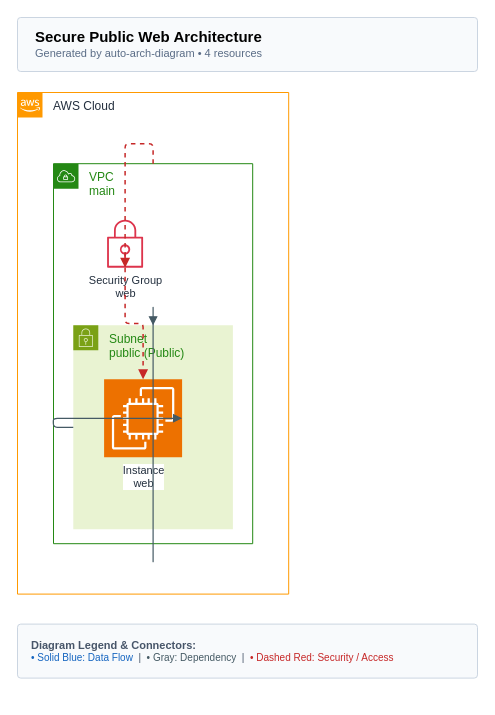
Earlier version of the draw.io diagram examples/terraform/aws-basic/architecture-diagram-ai.drawio (suryakumaran2611/auto-arch-diagram). Source tidied: cells renumbered, new cells numbered last; positions are measured from the earlier drawing's top-left corner, leaving out a move shared by most shapes. Both pictures are drawn from the tidied source at 100%, with x=0, y=0 at pixel (17, 17).
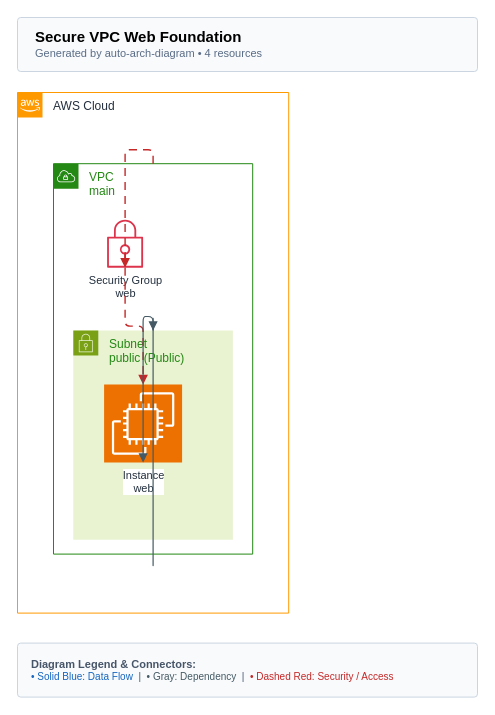
Above is the later version.

What changed in the source:
```diff
@@
 <mxGraphModel background="#FFFFFF">
   <root>
     <mxCell id="0" />
     <mxCell id="1" parent="0" />
-    <mxCell id="2" value="&lt;b style='font-size:15px;'&gt;Secure Public Web Architecture&lt;/b&gt;&lt;br/&gt;&lt;span style='font-size:11px;color:#5A6C86;'&gt;Generated by auto-arch-diagram &amp;bull; 4 resources&lt;/span&gt;" style="rounded=1;whiteSpace=wrap;html=1;arcSize=6;fillColor=#F8FAFC;strokeColor=#CBD5E1;strokeWidth=1;align=left;spacingLeft=16;verticalAlign=middle;" parent="1" vertex="1">
+    <mxCell id="2" value="&lt;b style='font-size:15px;'&gt;Secure VPC Web Foundation&lt;/b&gt;&lt;br/&gt;&lt;span style='font-size:11px;color:#5A6C86;'&gt;Generated by auto-arch-diagram &amp;bull; 4 resources&lt;/span&gt;" style="rounded=1;whiteSpace=wrap;html=1;arcSize=6;fillColor=#F8FAFC;strokeColor=#CBD5E1;strokeWidth=1;align=left;spacingLeft=16;verticalAlign=middle;" parent="1" vertex="1">
       <mxGeometry width="460" height="54" as="geometry" />
     </mxCell>
     <mxCell id="3" value="AWS Cloud" style="gradientColor=none;html=1;whiteSpace=wrap;fontSize=12;fontStyle=0;shape=mxgraph.aws4.group;grIcon=mxgraph.aws4.group_aws_cloud_alt;strokeColor=#FF9900;fillColor=none;fontColor=#232F3E;dashed=0;verticalAlign=top;align=left;spacingLeft=34;" parent="1" vertex="1">
-      <mxGeometry y="75" width="271.2" height="501.6" as="geometry" />
+      <mxGeometry y="75" width="271.2" height="520.6" as="geometry" />
     </mxCell>
     <mxCell id="4" value="VPC&#10;main" style="points=[[0,0],[0.25,0],[0.5,0],[0.75,0],[1,0],[1,0.25],[1,0.5],[1,0.75],[1,1],[0.75,1],[0.5,1],[0.25,1],[0,1],[0,0.75],[0,0.5],[0,0.25]];outlineConnect=0;gradientColor=none;html=1;whiteSpace=wrap;fontSize=12;fontStyle=0;shape=mxgraph.aws4.group;grIcon=mxgraph.aws4.group_vpc;strokeColor=#248814;fillColor=none;fontColor=#248814;dashed=0;verticalAlign=top;align=left;spacingLeft=34;" parent="3" vertex="1">
-      <mxGeometry x="36" y="71.2" width="199.2" height="380" as="geometry" />
+      <mxGeometry x="36" y="71.2" width="199.2" height="390.4" as="geometry" />
     </mxCell>
     <mxCell id="5" value="Security Group&#10;web" style="sketch=0;outlineConnect=0;fontColor=#232F3E;gradientColor=none;fillColor=#DD344C;strokeColor=none;dashed=0;verticalLabelPosition=bottom;verticalAlign=top;align=center;html=1;fontSize=12;fontStyle=0;shape=mxgraph.aws4.security_group;fontSize=11;labelBackgroundColor=#FFFFFF;" parent="4" vertex="1">
       <mxGeometry x="47.6" y="56" width="48" height="48" as="geometry" />
     </mxCell>
     <mxCell id="6" value="Subnet&#10;public (Public)" style="points=[[0,0],[0.25,0],[0.5,0],[0.75,0],[1,0],[1,0.25],[1,0.5],[1,0.75],[1,1],[0.75,1],[0.5,1],[0.25,1],[0,1],[0,0.75],[0,0.5],[0,0.25]];outlineConnect=0;gradientColor=none;html=1;whiteSpace=wrap;fontSize=12;fontStyle=0;shape=mxgraph.aws4.group;grIcon=mxgraph.aws4.group_security_group;grStroke=0;strokeColor=#7AA116;fillColor=#E9F3D2;fontColor=#248814;dashed=0;verticalAlign=top;align=left;spacingLeft=34;" parent="4" vertex="1">
-      <mxGeometry x="19.8" y="161.6" width="159.6" height="204" as="geometry" />
+      <mxGeometry x="19.8" y="166.8" width="159.6" height="209.2" as="geometry" />
     </mxCell>
     <mxCell id="7" value="Instance&#10;web" style="sketch=0;points=[[0,0,0],[0.25,0,0],[0.5,0,0],[0.75,0,0],[1,0,0],[0,1,0],[0.25,1,0],[0.5,1,0],[0.75,1,0],[1,1,0],[0,0.25,0],[0,0.5,0],[0,0.75,0],[1,0.25,0],[1,0.5,0],[1,0.75,0]];outlineConnect=0;fontColor=#232F3E;fillColor=#ED7100;strokeColor=#ffffff;dashed=0;verticalLabelPosition=bottom;verticalAlign=top;align=center;html=1;fontSize=12;fontStyle=0;shape=mxgraph.aws4.resourceIcon;resIcon=mxgraph.aws4.ec2;fontSize=11;labelBackgroundColor=#FFFFFF;" parent="6" vertex="1">
       <mxGeometry x="30.8" y="54" width="78" height="78" as="geometry" />
     </mxCell>
     <mxCell id="8" value="&lt;b style='font-size:11px;'&gt;Diagram Legend &amp;amp; Connectors:&lt;/b&gt;&lt;br/&gt;&lt;span style='color:#1565C0;'&gt;&amp;bull; Solid Blue: Data Flow&lt;/span&gt; &amp;nbsp;|&amp;nbsp; &lt;span style='color:#455A64;'&gt;&amp;bull; Gray: Dependency&lt;/span&gt; &amp;nbsp;|&amp;nbsp; &lt;span style='color:#C62828;'&gt;&amp;bull; Dashed Red: Security / Access&lt;/span&gt;" style="rounded=1;whiteSpace=wrap;html=1;arcSize=6;fillColor=#F8FAFC;strokeColor=#CBD5E1;strokeWidth=1;fontSize=10;fontColor=#475569;align=left;spacingLeft=12;spacingRight=12;verticalAlign=middle;" parent="1" vertex="1">
-      <mxGeometry y="606.6" width="460" height="54" as="geometry" />
+      <mxGeometry y="625.6" width="460" height="54" as="geometry" />
     </mxCell>
-    <mxCell id="9" style="edgeStyle=orthogonalEdgeStyle;rounded=1;arcSize=8;html=1;jettySize=auto;strokeColor=#C62828;strokeWidth=1.5;dashed=1;endArrow=block;endFill=1;exitX=0.5;exitY=1;exitDx=0;exitDy=0;entryX=0.5;entryY=0;entryDx=0;entryDy=0;" parent="1" edge="1" source="5" target="7">
+    <mxCell id="9" style="edgeStyle=orthogonalEdgeStyle;rounded=1;arcSize=10;html=1;jettySize=14;curved=0;strokeColor=#C62828;strokeWidth=1.4;dashed=1;dashPattern=8 6;fixDash=1;endArrow=block;endFill=1;endArrowSize=5;exitX=0.5;exitY=1;exitDx=0;exitDy=0;entryX=0.5;entryY=0;entryDx=0;entryDy=0;" parent="1" edge="1" source="5" target="7">
       <mxGeometry relative="1" as="geometry" />
     </mxCell>
-    <mxCell id="10" style="edgeStyle=orthogonalEdgeStyle;rounded=1;arcSize=8;html=1;jettySize=auto;strokeColor=#455A64;strokeWidth=1.2;endArrow=block;endFill=1;exitX=0;exitY=0.5;exitDx=0;exitDy=0;entryX=1;entryY=0.5;entryDx=0;entryDy=0;" parent="1" edge="1" source="6" target="7">
+    <mxCell id="10" style="edgeStyle=orthogonalEdgeStyle;rounded=1;arcSize=10;html=1;jettySize=14;curved=0;strokeColor=#455A64;strokeWidth=1.2;endArrow=block;endFill=1;endArrowSize=5;exitX=0.5;exitY=0;exitDx=0;exitDy=0;entryX=0.5;entryY=1;entryDx=0;entryDy=0;" parent="1" edge="1" source="6" target="7">
       <mxGeometry relative="1" as="geometry" />
     </mxCell>
-    <mxCell id="11" style="edgeStyle=orthogonalEdgeStyle;rounded=1;arcSize=8;html=1;jettySize=auto;strokeColor=#C62828;strokeWidth=1.5;dashed=1;endArrow=block;endFill=1;exitX=0.5;exitY=0;exitDx=0;exitDy=0;entryX=0.5;entryY=1;entryDx=0;entryDy=0;" parent="1" edge="1" source="4" target="5">
+    <mxCell id="11" style="edgeStyle=orthogonalEdgeStyle;rounded=1;arcSize=10;html=1;jettySize=14;curved=0;strokeColor=#C62828;strokeWidth=1.4;dashed=1;dashPattern=8 6;fixDash=1;endArrow=block;endFill=1;endArrowSize=5;exitX=0.5;exitY=0;exitDx=0;exitDy=0;entryX=0.5;entryY=1;entryDx=0;entryDy=0;" parent="1" edge="1" source="4" target="5">
       <mxGeometry relative="1" as="geometry" />
     </mxCell>
-    <mxCell id="12" style="edgeStyle=orthogonalEdgeStyle;rounded=1;arcSize=8;html=1;jettySize=auto;strokeColor=#455A64;strokeWidth=1.2;endArrow=block;endFill=1;exitX=0.5;exitY=1;exitDx=0;exitDy=0;entryX=0.5;entryY=0;entryDx=0;entryDy=0;" parent="1" edge="1" source="4" target="6">
+    <mxCell id="12" style="edgeStyle=orthogonalEdgeStyle;rounded=1;arcSize=10;html=1;jettySize=14;curved=0;strokeColor=#455A64;strokeWidth=1.2;endArrow=block;endFill=1;endArrowSize=5;exitX=0.5;exitY=1;exitDx=0;exitDy=0;entryX=0.5;entryY=0;entryDx=0;entryDy=0;" parent="1" edge="1" source="4" target="6">
       <mxGeometry relative="1" as="geometry" />
     </mxCell>
   </root>
 </mxGraphModel>
```
